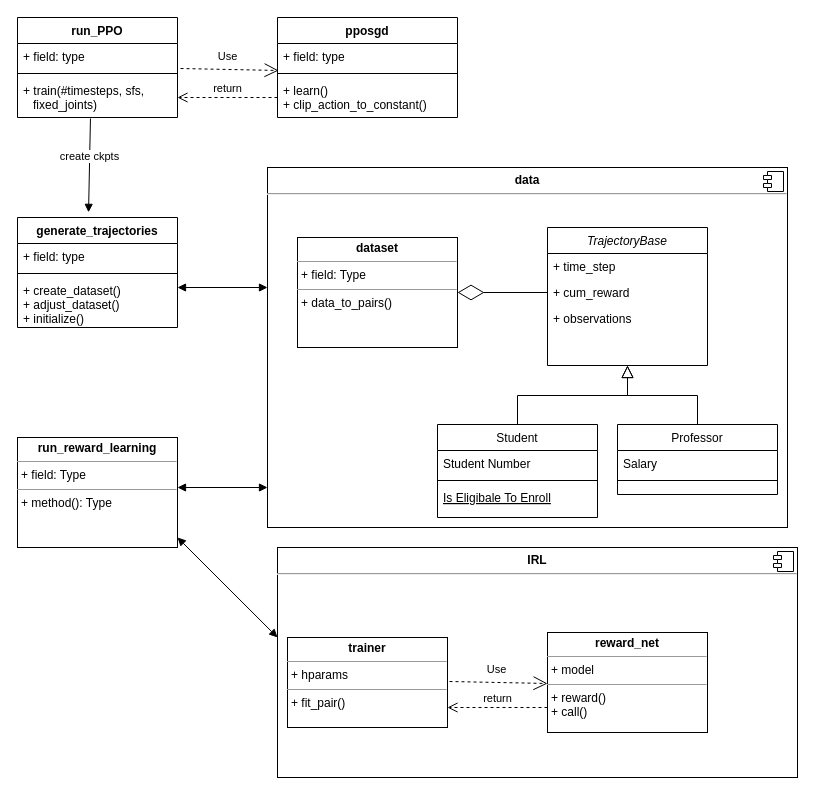
andreasbinder/Preference-based-IRL-for-Robot-Locomotion keeps this draw.io diagram as presentation/UML/Structure.drawio. Above is the earlier version. Source tidied: cells renumbered, new cells numbered last; positions are measured from the earlier drawing's top-left corner, leaving out a move shared by most shapes. Both pictures are drawn from the tidied source at 100%, with x=0, y=0 at pixel (17, 17).
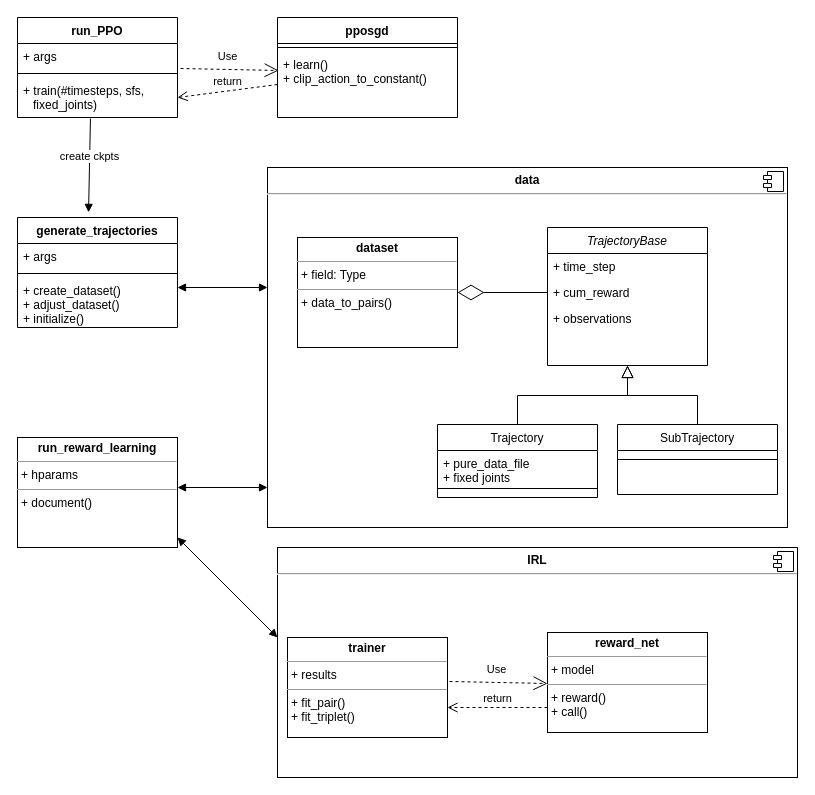
The same diagram, later.

The change refers to these unchanged cells:
```xml
<mxCell id="6" value="run_PPO" style="swimlane;fontStyle=1;align=center;verticalAlign=top;horizontal=1;startSize=26;" parent="1" vertex="1">
  <mxGeometry width="160" height="100" as="geometry" />
</mxCell>
<mxCell id="10" value="generate_trajectories&#10;" style="swimlane;fontStyle=1;align=center;verticalAlign=top;horizontal=1;startSize=26;" parent="1" vertex="1">
  <mxGeometry y="200" width="160" height="110" as="geometry" />
</mxCell>
<mxCell id="14" value="pposgd" style="swimlane;fontStyle=1;align=center;verticalAlign=top;horizontal=1;startSize=26;" parent="1" vertex="1">
  <mxGeometry x="260" width="180" height="100" as="geometry" />
</mxCell>
```

Change to the diagram source:
```diff
@@
-    <mxCell id="7" value="+ field: type" style="text;strokeColor=none;fillColor=none;align=left;verticalAlign=top;spacingLeft=4;spacingRight=4;overflow=hidden;points=[[0,0.5],[1,0.5]];portConstraint=eastwest;" parent="6" vertex="1">
+    <mxCell id="7" value="+ args" style="text;strokeColor=none;fillColor=none;align=left;verticalAlign=top;spacingLeft=4;spacingRight=4;overflow=hidden;points=[[0,0.5],[1,0.5]];portConstraint=eastwest;" parent="6" vertex="1">
       <mxGeometry y="26" width="160" height="26" as="geometry" />
     </mxCell>
@@
-    <mxCell id="11" value="+ field: type" style="text;strokeColor=none;fillColor=none;align=left;verticalAlign=top;spacingLeft=4;spacingRight=4;overflow=hidden;" parent="10" vertex="1">
+    <mxCell id="11" value="+ args" style="text;strokeColor=none;fillColor=none;align=left;verticalAlign=top;spacingLeft=4;spacingRight=4;overflow=hidden;" parent="10" vertex="1">
       <mxGeometry y="26" width="160" height="26" as="geometry" />
     </mxCell>
@@
-    <mxCell id="15" value="+ field: type" style="text;strokeColor=none;fillColor=none;align=left;verticalAlign=top;spacingLeft=4;spacingRight=4;overflow=hidden;points=[[0,0.5],[1,0.5]];portConstraint=eastwest;" parent="14" vertex="1">
-      <mxGeometry y="26" width="180" height="26" as="geometry" />
-    </mxCell>
     <mxCell id="16" style="line;strokeWidth=1;fillColor=none;align=left;verticalAlign=middle;spacingTop=-1;spacingLeft=3;spacingRight=3;labelPosition=right;" parent="14" vertex="1">
-      <mxGeometry y="52" width="180" height="8" as="geometry" />
+      <mxGeometry y="26" width="180" height="8" as="geometry" />
     </mxCell>
     <mxCell id="17" value="+ learn()&#10;+ clip_action_to_constant()&#10;" style="text;strokeColor=none;fillColor=none;align=left;verticalAlign=top;spacingLeft=4;spacingRight=4;overflow=hidden;points=[[0,0.5],[1,0.5]];portConstraint=eastwest;" parent="14" vertex="1">
-      <mxGeometry y="60" width="180" height="40" as="geometry" />
+      <mxGeometry y="34" width="180" height="66" as="geometry" />
     </mxCell>
-    <mxCell id="18" value="Use" style="endArrow=open;endSize=12;dashed=1;html=1;exitX=1.019;exitY=0.962;exitDx=0;exitDy=0;exitPerimeter=0;entryX=0.006;entryY=1.038;entryDx=0;entryDy=0;entryPerimeter=0;" parent="1" edge="1" source="7" target="15">
-      <mxGeometry x="-0.05" y="13" relative="1" as="geometry" />
+    <mxCell id="18" value="Use" style="endArrow=open;endSize=12;dashed=1;html=1;exitX=1.019;exitY=0.962;exitDx=0;exitDy=0;exitPerimeter=0;entryX=0.006;entryY=1.038;entryDx=0;entryDy=0;entryPerimeter=0;" parent="1" edge="1" source="7">
+      <mxGeometry x="-0.05" y="13" relative="1" as="geometry">
+        <mxPoint x="261.1" y="53" as="targetPoint" />
+      </mxGeometry>
     </mxCell>
@@
-    <mxCell id="25" value="Student" style="swimlane;fontStyle=0;align=center;verticalAlign=top;horizontal=1;startSize=26;rounded=0;shadow=0;strokeWidth=1;" parent="1" vertex="1">
-      <mxGeometry x="420" y="407" width="160" height="93" as="geometry" />
+    <mxCell id="25" value="Trajectory" style="swimlane;fontStyle=0;align=center;verticalAlign=top;horizontal=1;startSize=26;rounded=0;shadow=0;strokeWidth=1;" parent="1" vertex="1">
+      <mxGeometry x="420" y="407" width="160" height="73" as="geometry" />
     </mxCell>
-    <mxCell id="26" value="Student Number" style="text;align=left;verticalAlign=top;spacingLeft=4;spacingRight=4;overflow=hidden;" parent="25" vertex="1">
-      <mxGeometry y="26" width="160" height="26" as="geometry" />
+    <mxCell id="26" value="+ pure_data_file&#10;+ fixed joints&#10;" style="text;align=left;verticalAlign=top;spacingLeft=4;spacingRight=4;overflow=hidden;" parent="25" vertex="1">
+      <mxGeometry y="26" width="160" height="34" as="geometry" />
     </mxCell>
     <mxCell id="27" style="line;html=1;strokeWidth=1;align=left;verticalAlign=middle;spacingTop=-1;spacingLeft=3;spacingRight=3;labelPosition=right;" parent="25" vertex="1">
-      <mxGeometry y="52" width="160" height="8" as="geometry" />
+      <mxGeometry y="60" width="160" height="8" as="geometry" />
     </mxCell>
-    <mxCell id="28" value="Is Eligibale To Enroll" style="text;align=left;verticalAlign=top;spacingLeft=4;spacingRight=4;overflow=hidden;fontStyle=4;" parent="25" vertex="1">
-      <mxGeometry y="60" width="160" height="26" as="geometry" />
-    </mxCell>
-    <mxCell id="29" value="Professor" style="swimlane;fontStyle=0;align=center;verticalAlign=top;horizontal=1;startSize=26;rounded=0;shadow=0;strokeWidth=1;" parent="1" vertex="1">
+    <mxCell id="29" value="SubTrajectory&#10;" style="swimlane;fontStyle=0;align=center;verticalAlign=top;horizontal=1;startSize=26;rounded=0;shadow=0;strokeWidth=1;" parent="1" vertex="1">
       <mxGeometry x="600" y="407" width="160" height="70" as="geometry" />
     </mxCell>
-    <mxCell id="30" value="Salary" style="text;align=left;verticalAlign=top;spacingLeft=4;spacingRight=4;overflow=hidden;" parent="29" vertex="1">
-      <mxGeometry y="26" width="160" height="26" as="geometry" />
-    </mxCell>
     <mxCell id="31" style="line;html=1;strokeWidth=1;align=left;verticalAlign=middle;spacingTop=-1;spacingLeft=3;spacingRight=3;labelPosition=right;" parent="29" vertex="1">
-      <mxGeometry y="52" width="160" height="8" as="geometry" />
+      <mxGeometry y="26" width="160" height="18" as="geometry" />
     </mxCell>
@@
-    <mxCell id="34" value="&lt;p style=&quot;margin: 0px ; margin-top: 4px ; text-align: center&quot;&gt;&lt;b&gt;run_reward_learning&lt;/b&gt;&lt;/p&gt;&lt;hr size=&quot;1&quot;&gt;&lt;p style=&quot;margin: 0px ; margin-left: 4px&quot;&gt;+ field: Type&lt;/p&gt;&lt;hr size=&quot;1&quot;&gt;&lt;p style=&quot;margin: 0px ; margin-left: 4px&quot;&gt;+ method(): Type&lt;/p&gt;" style="verticalAlign=top;align=left;overflow=fill;fontSize=12;fontFamily=Helvetica;html=1;" parent="1" vertex="1">
+    <mxCell id="34" value="&lt;p style=&quot;margin: 0px ; margin-top: 4px ; text-align: center&quot;&gt;&lt;b&gt;run_reward_learning&lt;/b&gt;&lt;/p&gt;&lt;hr size=&quot;1&quot;&gt;&lt;p style=&quot;margin: 0px ; margin-left: 4px&quot;&gt;+ hparams&lt;br&gt;&lt;/p&gt;&lt;hr size=&quot;1&quot;&gt;&lt;p style=&quot;margin: 0px ; margin-left: 4px&quot;&gt;+ document()&lt;/p&gt;" style="verticalAlign=top;align=left;overflow=fill;fontSize=12;fontFamily=Helvetica;html=1;" parent="1" vertex="1">
       <mxGeometry y="420" width="160" height="110" as="geometry" />
     </mxCell>
@@
-    <mxCell id="38" value="&lt;p style=&quot;margin: 0px ; margin-top: 4px ; text-align: center&quot;&gt;&lt;b&gt;trainer&lt;/b&gt;&lt;/p&gt;&lt;hr size=&quot;1&quot;&gt;&lt;p style=&quot;margin: 0px ; margin-left: 4px&quot;&gt;+ hparams&lt;br&gt;&lt;/p&gt;&lt;hr size=&quot;1&quot;&gt;&lt;p style=&quot;margin: 0px ; margin-left: 4px&quot;&gt;+ fit_pair()&lt;/p&gt;" style="verticalAlign=top;align=left;overflow=fill;fontSize=12;fontFamily=Helvetica;html=1;" parent="1" vertex="1">
-      <mxGeometry x="270" y="620" width="160" height="90" as="geometry" />
+    <mxCell id="38" value="&lt;p style=&quot;margin: 0px ; margin-top: 4px ; text-align: center&quot;&gt;&lt;b&gt;trainer&lt;/b&gt;&lt;/p&gt;&lt;hr size=&quot;1&quot;&gt;&lt;p style=&quot;margin: 0px ; margin-left: 4px&quot;&gt;+ results&lt;br&gt;&lt;/p&gt;&lt;hr size=&quot;1&quot;&gt;&lt;p style=&quot;margin: 0px ; margin-left: 4px&quot;&gt;+ fit_pair()&lt;/p&gt;&lt;p style=&quot;margin: 0px ; margin-left: 4px&quot;&gt;+ fit_triplet()&lt;/p&gt;&lt;p style=&quot;margin: 0px ; margin-left: 4px&quot;&gt;&lt;br&gt;&lt;/p&gt;" style="verticalAlign=top;align=left;overflow=fill;fontSize=12;fontFamily=Helvetica;html=1;" parent="1" vertex="1">
+      <mxGeometry x="270" y="620" width="160" height="100" as="geometry" />
     </mxCell>
```
